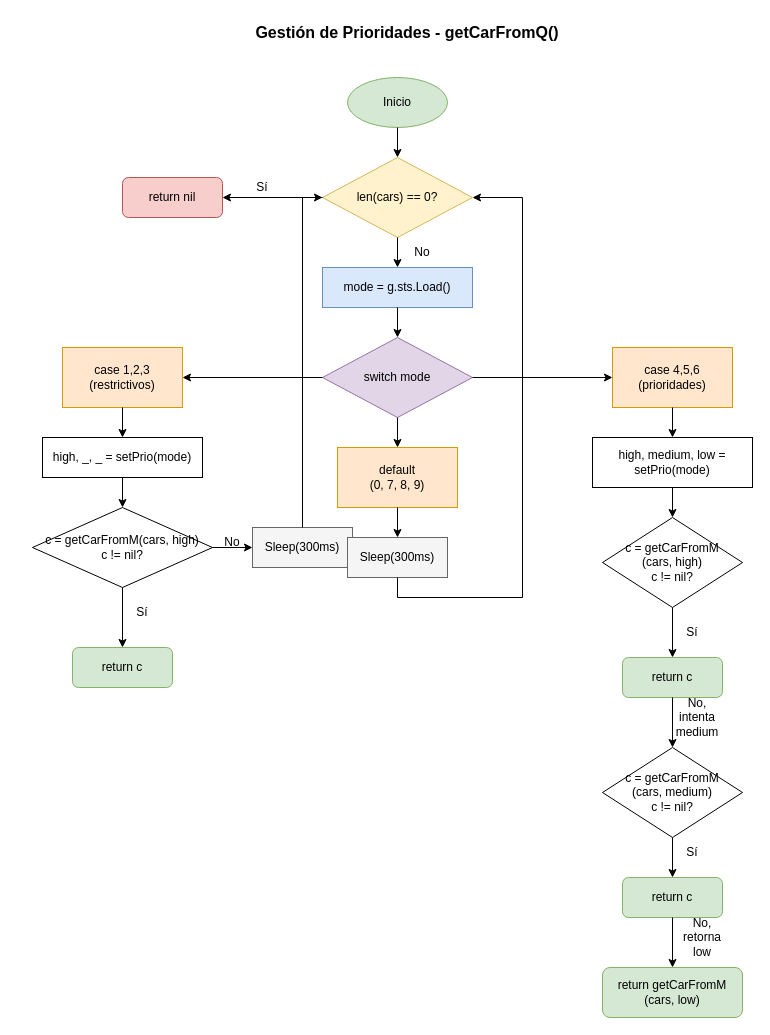
Before: drawio/diagrama_flujo_prioridades.drawio in alacoste96/Practica-4-SDIS, a draw.io diagram. Source tidied: cells renumbered, new cells numbered last; positions are measured from the earlier drawing's top-left corner, leaving out a move shared by most shapes. Both pictures are drawn from the tidied source at 100%, with x=0, y=0 at pixel (32, 17).
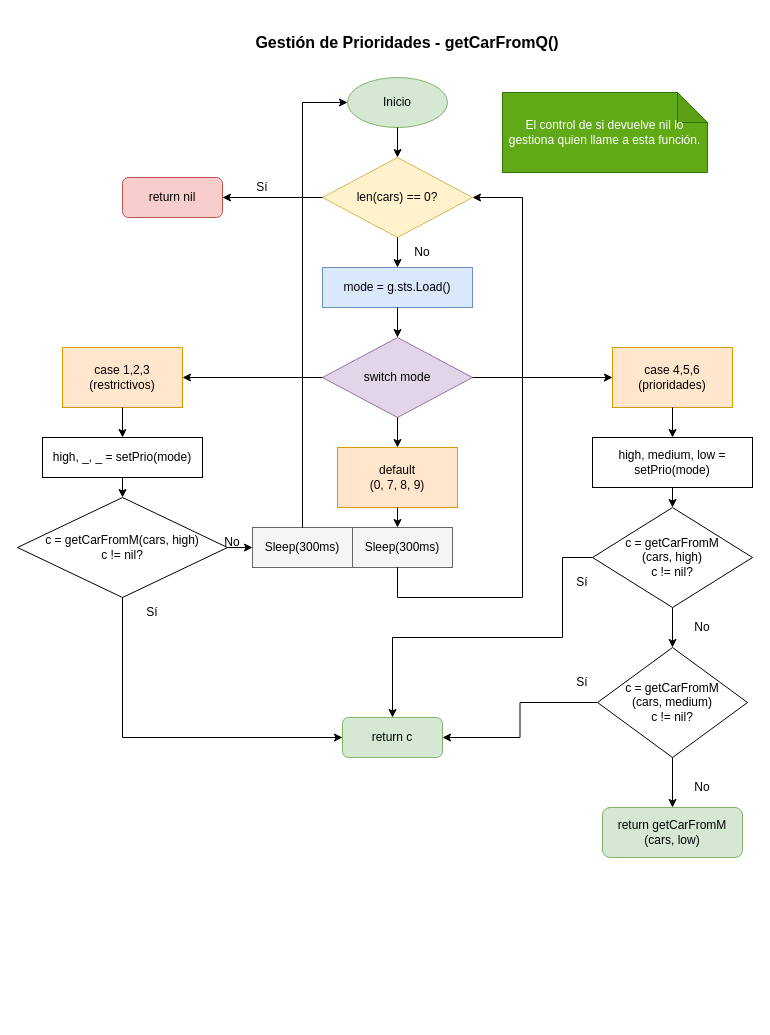
After the change.

What changed in the source:
```diff
@@
     <mxCell id="2" value="Gestión de Prioridades - getCarFromQ()" style="text;html=1;strokeColor=none;fillColor=none;align=center;verticalAlign=middle;whiteSpace=wrap;rounded=0;fontSize=16;fontStyle=1;" parent="1" vertex="1">
-      <mxGeometry x="200" width="350" height="30" as="geometry" />
+      <mxGeometry x="200" y="10" width="350" height="30" as="geometry" />
     </mxCell>
-    <mxCell id="3" value="Inicio" style="ellipse;whiteSpace=wrap;html=1;fillColor=#d5e8d4;strokeColor=#82b366;" parent="1" vertex="1">
+    <mxCell id="3" value="&lt;font style=&quot;color: rgb(4, 4, 4);&quot;&gt;Inicio&lt;/font&gt;" style="ellipse;whiteSpace=wrap;html=1;fillColor=#d5e8d4;strokeColor=#82b366;" parent="1" vertex="1">
       <mxGeometry x="315" y="60" width="100" height="50" as="geometry" />
     </mxCell>
-    <mxCell id="4" value="len(cars) == 0?" style="rhombus;whiteSpace=wrap;html=1;fillColor=#fff2cc;strokeColor=#d6b656;" parent="1" vertex="1">
+    <mxCell id="4" value="&lt;font style=&quot;color: rgb(0, 0, 0);&quot;&gt;len(cars) == 0?&lt;/font&gt;" style="rhombus;whiteSpace=wrap;html=1;fillColor=#fff2cc;strokeColor=#d6b656;" parent="1" vertex="1">
       <mxGeometry x="290" y="140" width="150" height="80" as="geometry" />
     </mxCell>
@@
-    <mxCell id="6" value="return nil" style="rounded=1;whiteSpace=wrap;html=1;fillColor=#f8cecc;strokeColor=#b85450;" parent="1" vertex="1">
+    <mxCell id="6" value="&lt;font style=&quot;color: rgb(0, 0, 0);&quot;&gt;return nil&lt;/font&gt;" style="rounded=1;whiteSpace=wrap;html=1;fillColor=#f8cecc;strokeColor=#b85450;" parent="1" vertex="1">
       <mxGeometry x="90" y="160" width="100" height="40" as="geometry" />
     </mxCell>
@@
-    <mxCell id="9" value="mode = g.sts.Load()" style="rounded=0;whiteSpace=wrap;html=1;fillColor=#dae8fc;strokeColor=#6c8ebf;" parent="1" vertex="1">
+    <mxCell id="9" value="&lt;font style=&quot;color: rgb(0, 0, 0);&quot;&gt;mode = g.sts.Load()&lt;/font&gt;" style="rounded=0;whiteSpace=wrap;html=1;fillColor=#dae8fc;strokeColor=#6c8ebf;" parent="1" vertex="1">
       <mxGeometry x="290" y="250" width="150" height="40" as="geometry" />
     </mxCell>
@@
-    <mxCell id="12" value="switch mode" style="rhombus;whiteSpace=wrap;html=1;fillColor=#e1d5e7;strokeColor=#9673a6;" parent="1" vertex="1">
+    <mxCell id="12" value="&lt;font style=&quot;color: rgb(0, 0, 0);&quot;&gt;switch mode&lt;/font&gt;" style="rhombus;whiteSpace=wrap;html=1;fillColor=#e1d5e7;strokeColor=#9673a6;" parent="1" vertex="1">
       <mxGeometry x="290" y="320" width="150" height="80" as="geometry" />
     </mxCell>
@@
-    <mxCell id="14" value="case 1,2,3&#10;(restrictivos)" style="rounded=0;whiteSpace=wrap;html=1;fillColor=#ffe6cc;strokeColor=#d79b00;" parent="1" vertex="1">
+    <mxCell id="14" value="&lt;font style=&quot;color: rgb(0, 0, 0);&quot;&gt;case 1,2,3&lt;br&gt;(restrictivos)&lt;/font&gt;" style="rounded=0;whiteSpace=wrap;html=1;fillColor=#ffe6cc;strokeColor=#d79b00;" parent="1" vertex="1">
       <mxGeometry x="30" y="330" width="120" height="60" as="geometry" />
     </mxCell>
@@
     <mxCell id="18" value="c = getCarFromM(cars, high)&#10;c != nil?" style="rhombus;whiteSpace=wrap;html=1;" parent="1" vertex="1">
-      <mxGeometry y="490" width="180" height="80" as="geometry" />
+      <mxGeometry x="-15" y="480" width="210" height="100" as="geometry" />
     </mxCell>
@@
-    <mxCell id="20" value="return c" style="rounded=1;whiteSpace=wrap;html=1;fillColor=#d5e8d4;strokeColor=#82b366;" parent="1" vertex="1">
-      <mxGeometry x="40" y="630" width="100" height="40" as="geometry" />
+    <mxCell id="20" value="&lt;font style=&quot;color: rgb(0, 0, 0);&quot;&gt;return c&lt;/font&gt;" style="rounded=1;whiteSpace=wrap;html=1;fillColor=#d5e8d4;strokeColor=#82b366;" parent="1" vertex="1">
+      <mxGeometry x="310" y="700" width="100" height="40" as="geometry" />
     </mxCell>
-    <mxCell id="21" style="edgeStyle=orthogonalEdgeStyle;rounded=0;jettySize=auto;html=1;exitX=0.5;exitY=1;exitDx=0;exitDy=0;entryX=0.5;entryY=0;entryDx=0;entryDy=0;" parent="1" edge="1" source="18" target="20">
-      <mxGeometry relative="1" as="geometry" />
+    <mxCell id="21" style="edgeStyle=orthogonalEdgeStyle;rounded=0;jettySize=auto;html=1;exitX=0.5;exitY=1;exitDx=0;exitDy=0;entryX=0;entryY=0.5;entryDx=0;entryDy=0;" parent="1" edge="1" source="18" target="20">
+      <mxGeometry relative="1" as="geometry">
+        <Array as="points">
+          <mxPoint x="90" y="720" />
+        </Array>
+      </mxGeometry>
     </mxCell>
     <mxCell id="22" value="Sí" style="text;html=1;strokeColor=none;fillColor=none;align=center;verticalAlign=middle;whiteSpace=wrap;rounded=0;" parent="1" vertex="1">
-      <mxGeometry x="90" y="580" width="40" height="30" as="geometry" />
+      <mxGeometry x="100" y="580" width="40" height="30" as="geometry" />
     </mxCell>
-    <mxCell id="23" value="Sleep(300ms)" style="rounded=0;whiteSpace=wrap;html=1;fillColor=#f5f5f5;strokeColor=#666666;" parent="1" vertex="1">
+    <mxCell id="23" value="&lt;font style=&quot;color: rgb(0, 0, 0);&quot;&gt;Sleep(300ms)&lt;/font&gt;" style="rounded=0;whiteSpace=wrap;html=1;fillColor=#f5f5f5;strokeColor=#666666;" parent="1" vertex="1">
       <mxGeometry x="220" y="510" width="100" height="40" as="geometry" />
     </mxCell>
@@
-    <mxCell id="26" style="edgeStyle=orthogonalEdgeStyle;rounded=0;jettySize=auto;html=1;exitX=0.5;exitY=0;exitDx=0;exitDy=0;entryX=0;entryY=0.5;entryDx=0;entryDy=0;" parent="1" edge="1" source="23" target="4">
+    <mxCell id="26" style="edgeStyle=orthogonalEdgeStyle;rounded=0;jettySize=auto;html=1;exitX=0.5;exitY=0;exitDx=0;exitDy=0;entryX=0;entryY=0.5;entryDx=0;entryDy=0;" parent="1" edge="1" source="23" target="3">
       <mxGeometry relative="1" as="geometry">
         <Array as="points">
-          <mxPoint x="270" y="180" />
+          <mxPoint x="270" y="85" />
         </Array>
       </mxGeometry>
     </mxCell>
-    <mxCell id="27" value="case 4,5,6&#10;(prioridades)" style="rounded=0;whiteSpace=wrap;html=1;fillColor=#ffe6cc;strokeColor=#d79b00;" parent="1" vertex="1">
+    <mxCell id="27" value="&lt;font style=&quot;color: rgb(0, 0, 0);&quot;&gt;case 4,5,6&lt;br&gt;(prioridades)&lt;/font&gt;" style="rounded=0;whiteSpace=wrap;html=1;fillColor=#ffe6cc;strokeColor=#d79b00;" parent="1" vertex="1">
       <mxGeometry x="580" y="330" width="120" height="60" as="geometry" />
     </mxCell>
@@
     <mxCell id="31" value="c = getCarFromM&#10;(cars, high)&#10;c != nil?" style="rhombus;whiteSpace=wrap;html=1;" parent="1" vertex="1">
-      <mxGeometry x="570" y="500" width="140" height="90" as="geometry" />
+      <mxGeometry x="560" y="490" width="160" height="100" as="geometry" />
     </mxCell>
@@
-    <mxCell id="33" value="return c" style="rounded=1;whiteSpace=wrap;html=1;fillColor=#d5e8d4;strokeColor=#82b366;" parent="1" vertex="1">
-      <mxGeometry x="590" y="640" width="100" height="40" as="geometry" />
-    </mxCell>
-    <mxCell id="34" style="edgeStyle=orthogonalEdgeStyle;rounded=0;jettySize=auto;html=1;exitX=0.5;exitY=1;exitDx=0;exitDy=0;entryX=0.5;entryY=0;entryDx=0;entryDy=0;" parent="1" edge="1" source="31" target="33">
-      <mxGeometry relative="1" as="geometry" />
+    <mxCell id="34" style="edgeStyle=orthogonalEdgeStyle;rounded=0;jettySize=auto;html=1;exitX=0;exitY=0.5;exitDx=0;exitDy=0;entryX=0.5;entryY=0;entryDx=0;entryDy=0;" parent="1" edge="1" source="31" target="20">
+      <mxGeometry relative="1" as="geometry">
+        <Array as="points">
+          <mxPoint x="530" y="540" />
+          <mxPoint x="530" y="620" />
+          <mxPoint x="360" y="620" />
+        </Array>
+      </mxGeometry>
     </mxCell>
     <mxCell id="35" value="Sí" style="text;html=1;strokeColor=none;fillColor=none;align=center;verticalAlign=middle;whiteSpace=wrap;rounded=0;" parent="1" vertex="1">
-      <mxGeometry x="640" y="600" width="40" height="30" as="geometry" />
+      <mxGeometry x="530" y="550" width="40" height="30" as="geometry" />
     </mxCell>
     <mxCell id="36" value="c = getCarFromM&#10;(cars, medium)&#10;c != nil?" style="rhombus;whiteSpace=wrap;html=1;" parent="1" vertex="1">
-      <mxGeometry x="570" y="730" width="140" height="90" as="geometry" />
+      <mxGeometry x="565" y="630" width="150" height="110" as="geometry" />
     </mxCell>
-    <mxCell id="37" style="edgeStyle=orthogonalEdgeStyle;rounded=0;jettySize=auto;html=1;exitX=0.5;exitY=1;exitDx=0;exitDy=0;entryX=0.5;entryY=0;entryDx=0;entryDy=0;" parent="1" edge="1" source="33" target="36">
+    <mxCell id="37" style="edgeStyle=orthogonalEdgeStyle;rounded=0;jettySize=auto;html=1;exitX=0.5;exitY=1;exitDx=0;exitDy=0;entryX=0.5;entryY=0;entryDx=0;entryDy=0;" parent="1" edge="1" source="31" target="36">
       <mxGeometry relative="1" as="geometry" />
     </mxCell>
-    <mxCell id="38" value="No,&#10;intenta&#10;medium" style="text;html=1;strokeColor=none;fillColor=none;align=center;verticalAlign=middle;whiteSpace=wrap;rounded=0;" parent="1" vertex="1">
-      <mxGeometry x="640" y="680" width="50" height="40" as="geometry" />
+    <mxCell id="38" value="No" style="text;html=1;strokeColor=none;fillColor=none;align=center;verticalAlign=middle;whiteSpace=wrap;rounded=0;" parent="1" vertex="1">
+      <mxGeometry x="645" y="590" width="50" height="40" as="geometry" />
     </mxCell>
-    <mxCell id="39" value="return c" style="rounded=1;whiteSpace=wrap;html=1;fillColor=#d5e8d4;strokeColor=#82b366;" parent="1" vertex="1">
-      <mxGeometry x="590" y="860" width="100" height="40" as="geometry" />
-    </mxCell>
-    <mxCell id="40" style="edgeStyle=orthogonalEdgeStyle;rounded=0;jettySize=auto;html=1;exitX=0.5;exitY=1;exitDx=0;exitDy=0;entryX=0.5;entryY=0;entryDx=0;entryDy=0;" parent="1" edge="1" source="36" target="39">
+    <mxCell id="40" style="edgeStyle=orthogonalEdgeStyle;rounded=0;jettySize=auto;html=1;exitX=0;exitY=0.5;exitDx=0;exitDy=0;entryX=1;entryY=0.5;entryDx=0;entryDy=0;" parent="1" edge="1" source="36" target="20">
       <mxGeometry relative="1" as="geometry" />
     </mxCell>
     <mxCell id="41" value="Sí" style="text;html=1;strokeColor=none;fillColor=none;align=center;verticalAlign=middle;whiteSpace=wrap;rounded=0;" parent="1" vertex="1">
-      <mxGeometry x="640" y="820" width="40" height="30" as="geometry" />
+      <mxGeometry x="530" y="650" width="40" height="30" as="geometry" />
     </mxCell>
-    <mxCell id="42" value="return getCarFromM&#10;(cars, low)" style="rounded=1;whiteSpace=wrap;html=1;fillColor=#d5e8d4;strokeColor=#82b366;" parent="1" vertex="1">
-      <mxGeometry x="570" y="950" width="140" height="50" as="geometry" />
+    <mxCell id="42" value="&lt;font style=&quot;color: rgb(0, 0, 0);&quot;&gt;return getCarFromM&lt;br&gt;(cars, low)&lt;/font&gt;" style="rounded=1;whiteSpace=wrap;html=1;fillColor=#d5e8d4;strokeColor=#82b366;" parent="1" vertex="1">
+      <mxGeometry x="570" y="790" width="140" height="50" as="geometry" />
     </mxCell>
-    <mxCell id="43" style="edgeStyle=orthogonalEdgeStyle;rounded=0;jettySize=auto;html=1;exitX=0.5;exitY=1;exitDx=0;exitDy=0;entryX=0.5;entryY=0;entryDx=0;entryDy=0;" parent="1" edge="1" source="39" target="42">
+    <mxCell id="43" style="edgeStyle=orthogonalEdgeStyle;rounded=0;jettySize=auto;html=1;exitX=0.5;exitY=1;exitDx=0;exitDy=0;entryX=0.5;entryY=0;entryDx=0;entryDy=0;" parent="1" edge="1" source="36" target="42">
       <mxGeometry relative="1" as="geometry" />
     </mxCell>
-    <mxCell id="44" value="No,&#10;retorna low" style="text;html=1;strokeColor=none;fillColor=none;align=center;verticalAlign=middle;whiteSpace=wrap;rounded=0;" parent="1" vertex="1">
-      <mxGeometry x="640" y="900" width="60" height="40" as="geometry" />
+    <mxCell id="44" value="No" style="text;html=1;strokeColor=none;fillColor=none;align=center;verticalAlign=middle;whiteSpace=wrap;rounded=0;" parent="1" vertex="1">
+      <mxGeometry x="640" y="750" width="60" height="40" as="geometry" />
     </mxCell>
-    <mxCell id="45" value="default&#10;(0, 7, 8, 9)" style="rounded=0;whiteSpace=wrap;html=1;fillColor=#ffe6cc;strokeColor=#d79b00;" parent="1" vertex="1">
+    <mxCell id="45" value="&lt;font style=&quot;color: rgb(1, 1, 1);&quot;&gt;default&lt;br&gt;(0, 7, 8, 9)&lt;/font&gt;" style="rounded=0;whiteSpace=wrap;html=1;fillColor=#ffe6cc;strokeColor=#d79b00;" parent="1" vertex="1">
       <mxGeometry x="305" y="430" width="120" height="60" as="geometry" />
     </mxCell>
@@
-    <mxCell id="47" value="Sleep(300ms)" style="rounded=0;whiteSpace=wrap;html=1;fillColor=#f5f5f5;strokeColor=#666666;" parent="1" vertex="1">
-      <mxGeometry x="315" y="520" width="100" height="40" as="geometry" />
+    <mxCell id="47" value="&lt;font style=&quot;color: rgb(0, 0, 0);&quot;&gt;Sleep(300ms)&lt;/font&gt;" style="rounded=0;whiteSpace=wrap;html=1;fillColor=#f5f5f5;strokeColor=#666666;" parent="1" vertex="1">
+      <mxGeometry x="320" y="510" width="100" height="40" as="geometry" />
     </mxCell>
-    <mxCell id="48" style="edgeStyle=orthogonalEdgeStyle;rounded=0;jettySize=auto;html=1;exitX=0.5;exitY=1;exitDx=0;exitDy=0;entryX=0.5;entryY=0;entryDx=0;entryDy=0;" parent="1" edge="1" source="45" target="47">
-      <mxGeometry relative="1" as="geometry" />
+    <mxCell id="48" style="edgeStyle=orthogonalEdgeStyle;rounded=0;jettySize=auto;html=1;exitX=0.5;exitY=1;exitDx=0;exitDy=0;" parent="1" edge="1" source="45">
+      <mxGeometry relative="1" as="geometry">
+        <mxPoint x="365" y="510" as="targetPoint" />
+        <Array as="points">
+          <mxPoint x="365" y="510" />
+        </Array>
+      </mxGeometry>
     </mxCell>
-    <mxCell id="49" style="edgeStyle=orthogonalEdgeStyle;rounded=0;jettySize=auto;html=1;exitX=0.5;exitY=1;exitDx=0;exitDy=0;entryX=1;entryY=0.5;entryDx=0;entryDy=0;" parent="1" edge="1" source="47" target="4">
+    <mxCell id="49" style="edgeStyle=orthogonalEdgeStyle;rounded=0;jettySize=auto;html=1;entryX=1;entryY=0.5;entryDx=0;entryDy=0;" parent="1" edge="1" target="4">
       <mxGeometry relative="1" as="geometry">
+        <mxPoint x="365" y="550" as="sourcePoint" />
         <Array as="points">
+          <mxPoint x="365" y="550" />
           <mxPoint x="365" y="580" />
           <mxPoint x="490" y="580" />
           <mxPoint x="490" y="180" />
         </Array>
       </mxGeometry>
     </mxCell>
+    <mxCell id="50" value="El control de si devuelve nil lo gestiona quien llame a esta función." style="shape=note;whiteSpace=wrap;html=1;backgroundOutline=1;darkOpacity=0.05;strokeColor=#2D7600;fillColor=#60a917;fontColor=#ffffff;" parent="1" vertex="1">
+      <mxGeometry x="470" y="75" width="205" height="80" as="geometry" />
+    </mxCell>
```
